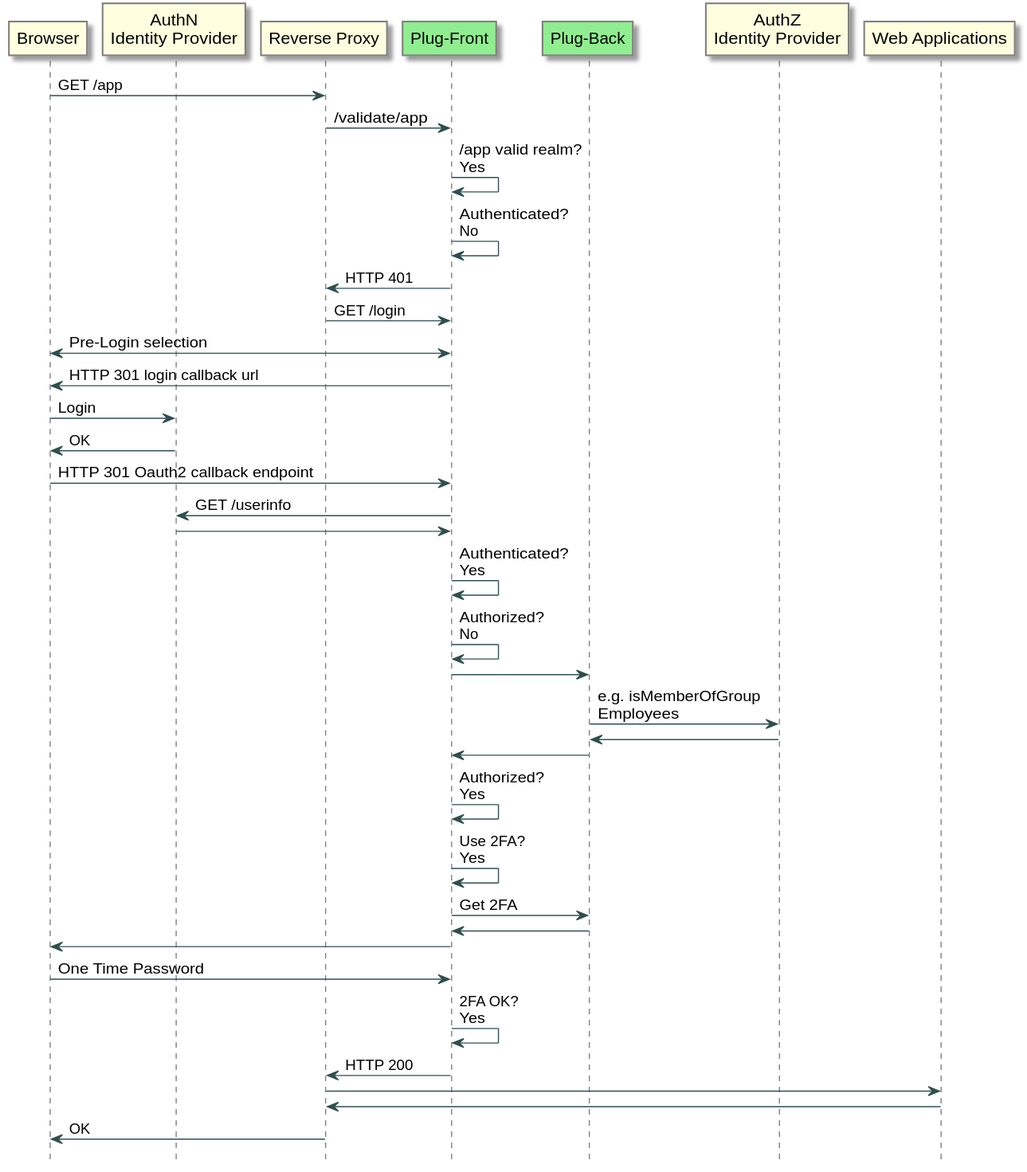
The PlantUML diagram images/plugsso-auth-flow-diagram.svg in jelhub/jelhub.github.io, before a commit.
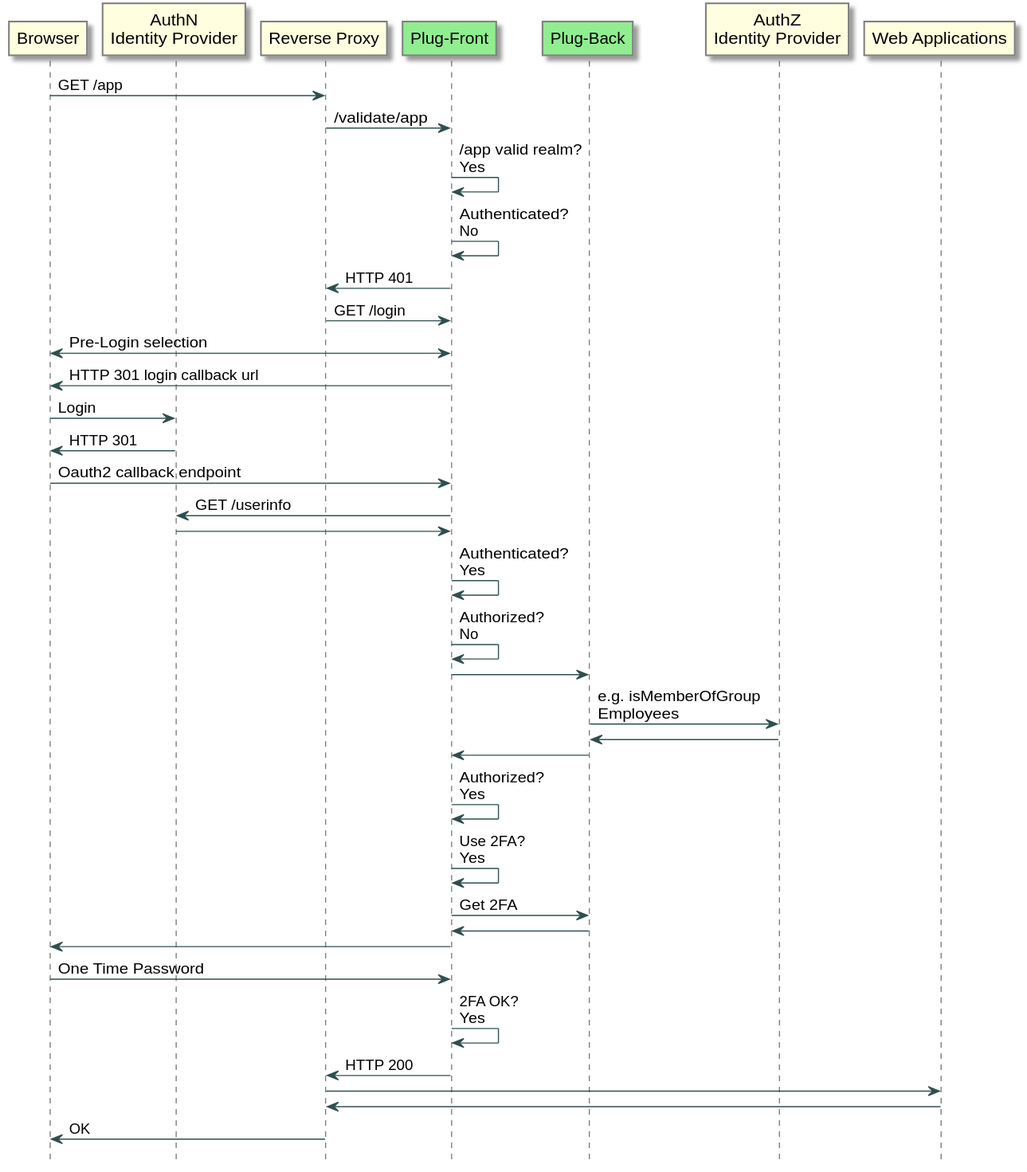
The same diagram one commit later.

Diff of the diagram source:
```diff
@@ -22,8 +22,8 @@
 PF <-> B : Pre-Login selection
 PF -> B : HTTP 301 login callback url
 B -> AuthN : Login
-AuthN -> B : OK
-B -> PF : HTTP 301 Oauth2 callback endpoint
+AuthN -> B : HTTP 301
+B -> PF : Oauth2 callback endpoint
 PF -> AuthN : GET /userinfo
 AuthN -> PF
 PF -> PF : Authenticated?\nYes
```
